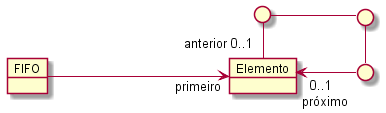
The PlantUML diagram Imagens/modelos-04/mod04ima05/mod04ima05.png in kyriosdata/oo, before a commit. The source it was exported from:
```plantuml
@startuml mod04ima05
skinparam linetype ortho
object "FIFO" as fi
object "Elemento" as el
circle " " as p1
circle " " as p2
circle " " as p3
left to right direction
fi ----> "primeiro" el
el "anterior 0..1"-left- p1
p1 -down- p2
p2 -right- p3
p3 -up->"0..1 \n próximo" el
@enduml
```
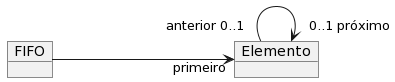
After the commit.

Change to the diagram source:
```diff
@@ -1,14 +1,8 @@
-@startuml mod04ima05
-skinparam linetype ortho
+@startuml
 object "FIFO" as fi
 object "Elemento" as el
-circle " " as p1
-circle " " as p2
-circle " " as p3
+
 left to right direction
 fi ----> "primeiro" el
-el "anterior 0..1"-left- p1
-p1 -down- p2
-p2 -right- p3
-p3 -up->"0..1 \n próximo" el
+el "anterior 0..1"--->"0..1 próximo" el
 @enduml
```
